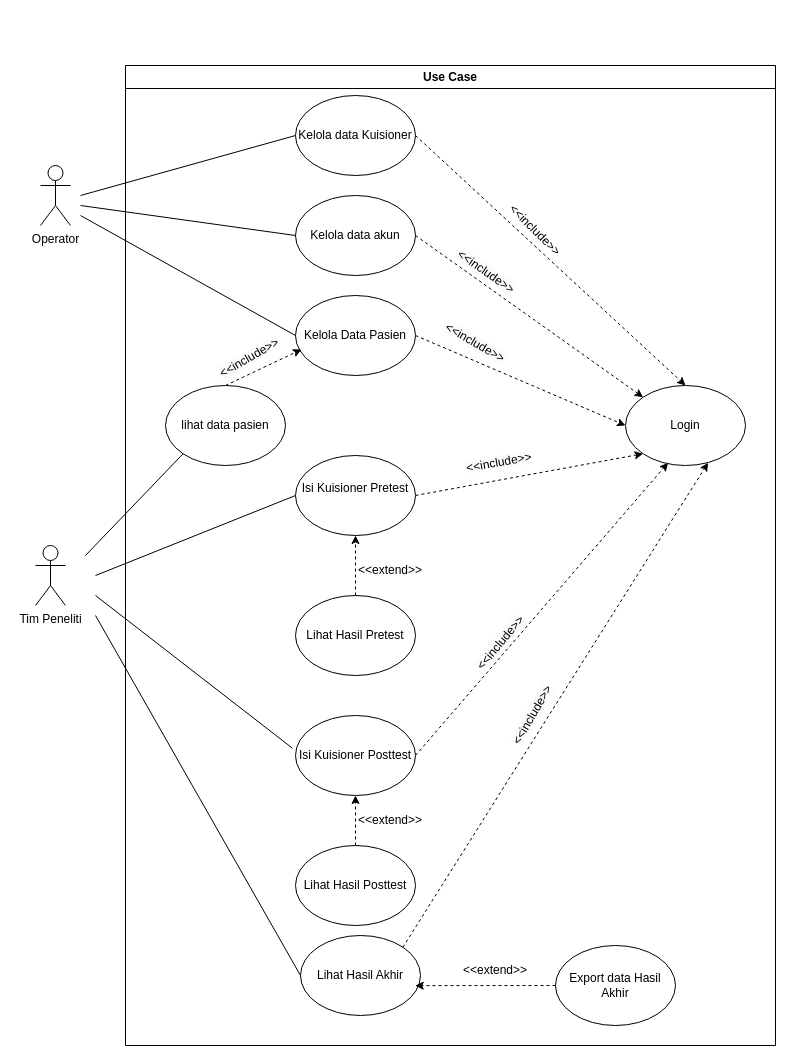
Before: use_case_tugas_akhir.drawio in zzarr/Tugas-Akhir, a draw.io diagram. Source tidied: cells renumbered, new cells numbered last; positions are measured from the earlier drawing's top-left corner, leaving out a move shared by most shapes. Both pictures are drawn from the tidied source at 100%, with x=0, y=0 at pixel (35, 65).
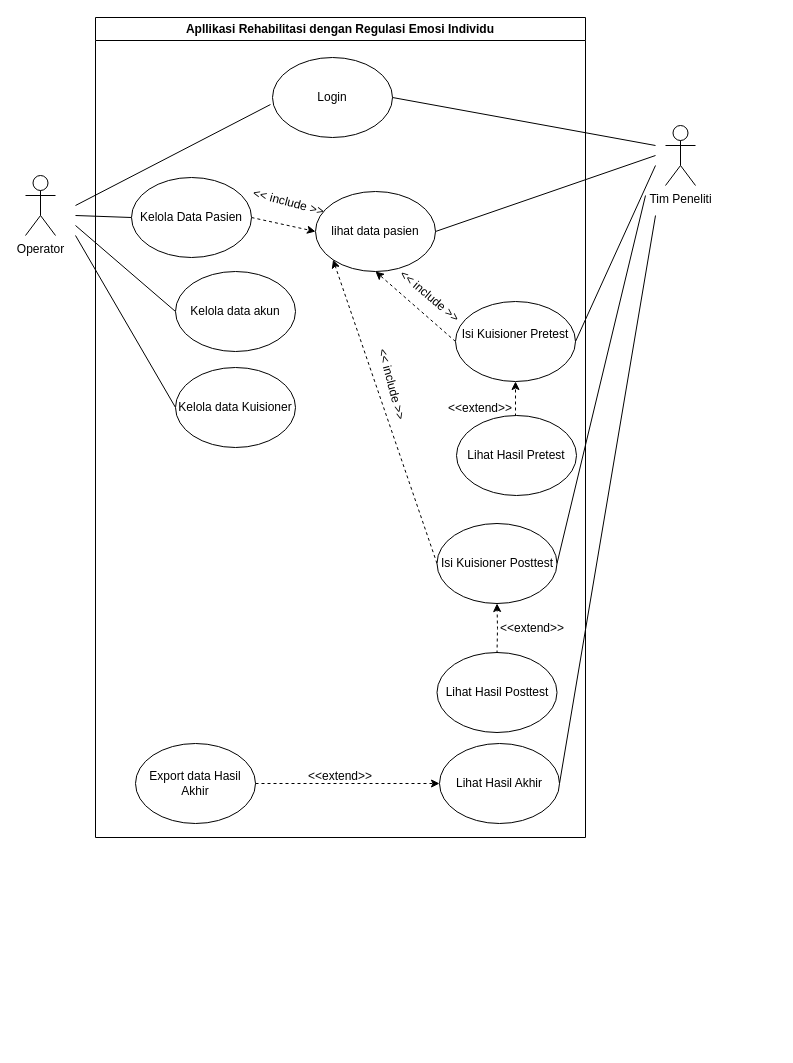
After the change.

Diff of the diagram source:
```diff
@@
     <mxCell id="2" value="Operator&lt;div&gt;&lt;br&gt;&lt;/div&gt;" style="shape=umlActor;verticalLabelPosition=bottom;verticalAlign=top;html=1;" parent="1" vertex="1">
-      <mxGeometry x="5" y="100" width="30" height="60" as="geometry" />
+      <mxGeometry x="-10" y="110" width="30" height="60" as="geometry" />
     </mxCell>
-    <mxCell id="3" value="Kelola data Kuisioner" style="ellipse;whiteSpace=wrap;html=1;" parent="1" vertex="1">
-      <mxGeometry x="260" y="30" width="120" height="80" as="geometry" />
-    </mxCell>
-    <mxCell id="4" value="Kelola data akun" style="ellipse;whiteSpace=wrap;html=1;" parent="1" vertex="1">
-      <mxGeometry x="260" y="130" width="120" height="80" as="geometry" />
-    </mxCell>
-    <mxCell id="5" style="rounded=0;jettySize=auto;html=1;exitX=1;exitY=0.5;exitDx=0;exitDy=0;entryX=0;entryY=0.5;entryDx=0;entryDy=0;dashed=1;" parent="1" edge="1" source="6" target="24">
-      <mxGeometry relative="1" as="geometry" />
-    </mxCell>
-    <mxCell id="6" value="Kelola Data Pasien" style="ellipse;whiteSpace=wrap;html=1;" parent="1" vertex="1">
-      <mxGeometry x="260" y="230" width="120" height="80" as="geometry" />
-    </mxCell>
-    <mxCell id="7" style="endArrow=none;html=1;rounded=0;entryX=0;entryY=0.5;entryDx=0;entryDy=0;" parent="1" edge="1" target="3">
+    <mxCell id="7" style="endArrow=none;html=1;rounded=0;entryX=0;entryY=0.5;entryDx=0;entryDy=0;" parent="1" edge="1" target="6">
       <mxGeometry relative="1" as="geometry">
-        <mxPoint x="45" y="130" as="sourcePoint" />
+        <mxPoint x="40" y="150" as="sourcePoint" />
       </mxGeometry>
     </mxCell>
     <mxCell id="8" style="endArrow=none;html=1;rounded=0;entryX=0;entryY=0.5;entryDx=0;entryDy=0;" parent="1" edge="1" target="4">
       <mxGeometry relative="1" as="geometry">
-        <mxPoint x="45" y="140" as="sourcePoint" />
+        <mxPoint x="40" y="160" as="sourcePoint" />
       </mxGeometry>
     </mxCell>
-    <mxCell id="9" style="endArrow=none;html=1;rounded=0;entryX=0;entryY=0.5;entryDx=0;entryDy=0;" parent="1" edge="1" target="6">
+    <mxCell id="9" style="endArrow=none;html=1;rounded=0;entryX=0;entryY=0.5;entryDx=0;entryDy=0;" parent="1" edge="1" target="3">
       <mxGeometry relative="1" as="geometry">
-        <mxPoint x="45" y="150" as="sourcePoint" />
+        <mxPoint x="40" y="170" as="sourcePoint" />
       </mxGeometry>
     </mxCell>
     <mxCell id="10" value="Tim Peneliti&lt;div&gt;&lt;br&gt;&lt;/div&gt;" style="shape=umlActor;verticalLabelPosition=bottom;verticalAlign=top;html=1;" parent="1" vertex="1">
-      <mxGeometry y="480" width="30" height="60" as="geometry" />
+      <mxGeometry x="630" y="60" width="30" height="60" as="geometry" />
     </mxCell>
-    <mxCell id="11" style="rounded=0;jettySize=auto;html=1;exitX=1;exitY=0.5;exitDx=0;exitDy=0;entryX=0;entryY=1;entryDx=0;entryDy=0;dashed=1;" parent="1" edge="1" source="12" target="24">
-      <mxGeometry relative="1" as="geometry" />
-    </mxCell>
-    <mxCell id="12" value="&#10;Isi Kuisioner Pretest&#10;&#10;" style="ellipse;whiteSpace=wrap;html=1;" parent="1" vertex="1">
-      <mxGeometry x="260" y="390" width="120" height="80" as="geometry" />
-    </mxCell>
-    <mxCell id="13" style="rounded=0;jettySize=auto;html=1;exitX=1;exitY=0.5;exitDx=0;exitDy=0;dashed=1;entryX=0.355;entryY=0.966;entryDx=0;entryDy=0;entryPerimeter=0;" parent="1" edge="1" source="14" target="24">
-      <mxGeometry relative="1" as="geometry" />
-    </mxCell>
-    <mxCell id="14" value="Isi Kuisioner Posttest" style="ellipse;whiteSpace=wrap;html=1;" parent="1" vertex="1">
-      <mxGeometry x="260" y="650" width="120" height="80" as="geometry" />
-    </mxCell>
-    <mxCell id="15" style="endArrow=none;html=1;rounded=0;entryX=0;entryY=0.5;entryDx=0;entryDy=0;" parent="1" edge="1" target="12">
-      <mxGeometry relative="1" as="geometry">
-        <mxPoint x="60" y="510" as="sourcePoint" />
-      </mxGeometry>
-    </mxCell>
-    <mxCell id="16" style="endArrow=none;html=1;rounded=0;entryX=-0.027;entryY=0.407;entryDx=0;entryDy=0;entryPerimeter=0;" parent="1" edge="1" target="14">
-      <mxGeometry relative="1" as="geometry">
-        <mxPoint x="60" y="530" as="sourcePoint" />
-      </mxGeometry>
-    </mxCell>
-    <mxCell id="17" style="edgeStyle=orthogonalEdgeStyle;rounded=0;jettySize=auto;html=1;exitX=0.5;exitY=0;exitDx=0;exitDy=0;entryX=0.5;entryY=1;entryDx=0;entryDy=0;dashed=1;" parent="1" edge="1" source="18" target="12">
-      <mxGeometry relative="1" as="geometry" />
-    </mxCell>
-    <mxCell id="18" value="Lihat Hasil Pretest" style="ellipse;whiteSpace=wrap;html=1;" parent="1" vertex="1">
-      <mxGeometry x="260" y="530" width="120" height="80" as="geometry" />
-    </mxCell>
-    <mxCell id="19" style="edgeStyle=orthogonalEdgeStyle;rounded=0;jettySize=auto;html=1;exitX=0.5;exitY=0;exitDx=0;exitDy=0;entryX=0.5;entryY=1;entryDx=0;entryDy=0;dashed=1;" parent="1" edge="1" source="20" target="14">
-      <mxGeometry relative="1" as="geometry" />
-    </mxCell>
-    <mxCell id="20" value="Lihat Hasil Posttest" style="ellipse;whiteSpace=wrap;html=1;" parent="1" vertex="1">
-      <mxGeometry x="260" y="780" width="120" height="80" as="geometry" />
-    </mxCell>
-    <mxCell id="21" value="&amp;lt;&amp;lt;extend&amp;gt;&amp;gt;" style="text;html=1;align=center;verticalAlign=middle;whiteSpace=wrap;rounded=0;" parent="1" vertex="1">
-      <mxGeometry x="325" y="490" width="60" height="30" as="geometry" />
-    </mxCell>
-    <mxCell id="22" value="&amp;lt;&amp;lt;extend&amp;gt;&amp;gt;" style="text;html=1;align=center;verticalAlign=middle;whiteSpace=wrap;rounded=0;" parent="1" vertex="1">
-      <mxGeometry x="325" y="740" width="60" height="30" as="geometry" />
-    </mxCell>
-    <mxCell id="23" value="Lihat Hasil Akhir" style="ellipse;whiteSpace=wrap;html=1;" parent="1" vertex="1">
-      <mxGeometry x="265" y="870" width="120" height="80" as="geometry" />
-    </mxCell>
-    <mxCell id="24" value="Login" style="ellipse;whiteSpace=wrap;html=1;" parent="1" vertex="1">
-      <mxGeometry x="590" y="320" width="120" height="80" as="geometry" />
-    </mxCell>
-    <mxCell id="25" value="&lt;span style=&quot;color: rgb(0, 0, 0); font-family: Helvetica; font-size: 12px; font-style: normal; font-variant-ligatures: normal; font-variant-caps: normal; font-weight: 400; letter-spacing: normal; orphans: 2; text-align: center; text-indent: 0px; text-transform: none; widows: 2; word-spacing: 0px; -webkit-text-stroke-width: 0px; white-space: normal; background-color: rgb(251, 251, 251); text-decoration-thickness: initial; text-decoration-style: initial; text-decoration-color: initial; display: inline !important; float: none;&quot;&gt;&amp;lt;&amp;lt;include&amp;gt;&amp;gt;&lt;/span&gt;" style="text;whiteSpace=wrap;html=1;rotation=30;" parent="1" vertex="1">
-      <mxGeometry x="400" y="270" width="100" height="40" as="geometry" />
-    </mxCell>
-    <mxCell id="26" value="Use Case" style="swimlane;whiteSpace=wrap;html=1;" parent="1" vertex="1">
-      <mxGeometry x="90" width="650" height="980" as="geometry" />
+    <mxCell id="26" value="Apllikasi Rehabilitasi dengan Regulasi Emosi Individu" style="swimlane;whiteSpace=wrap;html=1;" parent="1" vertex="1">
+      <mxGeometry x="60" y="-48" width="490" height="820" as="geometry" />
     </mxCell>
     <mxCell id="27" value="Export data Hasil Akhir" style="ellipse;whiteSpace=wrap;html=1;" parent="26" vertex="1">
-      <mxGeometry x="430" y="880" width="120" height="80" as="geometry" />
+      <mxGeometry x="40" y="726" width="120" height="80" as="geometry" />
     </mxCell>
     <mxCell id="28" value="&amp;lt;&amp;lt;extend&amp;gt;&amp;gt;" style="text;html=1;align=center;verticalAlign=middle;whiteSpace=wrap;rounded=0;" parent="26" vertex="1">
-      <mxGeometry x="340" y="890" width="60" height="30" as="geometry" />
+      <mxGeometry x="215" y="744" width="60" height="30" as="geometry" />
     </mxCell>
-    <mxCell id="29" value="&lt;span style=&quot;color: rgb(0, 0, 0); font-family: Helvetica; font-size: 12px; font-style: normal; font-variant-ligatures: normal; font-variant-caps: normal; font-weight: 400; letter-spacing: normal; orphans: 2; text-align: center; text-indent: 0px; text-transform: none; widows: 2; word-spacing: 0px; -webkit-text-stroke-width: 0px; white-space: normal; background-color: rgb(251, 251, 251); text-decoration-thickness: initial; text-decoration-style: initial; text-decoration-color: initial; display: inline !important; float: none;&quot;&gt;&amp;lt;&amp;lt;include&amp;gt;&amp;gt;&lt;/span&gt;" style="text;whiteSpace=wrap;html=1;rotation=-60;" parent="26" vertex="1">
-      <mxGeometry x="370" y="620" width="100" height="40" as="geometry" />
-    </mxCell>
-    <mxCell id="30" value="&lt;span style=&quot;color: rgb(0, 0, 0); font-family: Helvetica; font-size: 12px; font-style: normal; font-variant-ligatures: normal; font-variant-caps: normal; font-weight: 400; letter-spacing: normal; orphans: 2; text-align: center; text-indent: 0px; text-transform: none; widows: 2; word-spacing: 0px; -webkit-text-stroke-width: 0px; white-space: normal; background-color: rgb(251, 251, 251); text-decoration-thickness: initial; text-decoration-style: initial; text-decoration-color: initial; display: inline !important; float: none;&quot;&gt;&amp;lt;&amp;lt;include&amp;gt;&amp;gt;&lt;/span&gt;" style="text;whiteSpace=wrap;html=1;rotation=-50;" parent="26" vertex="1">
-      <mxGeometry x="340" y="550" width="100" height="40" as="geometry" />
-    </mxCell>
-    <mxCell id="31" value="&lt;span style=&quot;color: rgb(0, 0, 0); font-family: Helvetica; font-size: 12px; font-style: normal; font-variant-ligatures: normal; font-variant-caps: normal; font-weight: 400; letter-spacing: normal; orphans: 2; text-align: center; text-indent: 0px; text-transform: none; widows: 2; word-spacing: 0px; -webkit-text-stroke-width: 0px; white-space: normal; background-color: rgb(251, 251, 251); text-decoration-thickness: initial; text-decoration-style: initial; text-decoration-color: initial; display: inline !important; float: none;&quot;&gt;&amp;lt;&amp;lt;include&amp;gt;&amp;gt;&lt;/span&gt;" style="text;whiteSpace=wrap;html=1;rotation=-10;" parent="26" vertex="1">
-      <mxGeometry x="340" y="380" width="100" height="40" as="geometry" />
-    </mxCell>
-    <mxCell id="32" value="&amp;lt;&amp;lt;include&amp;gt;&amp;gt;" style="text;html=1;align=center;verticalAlign=middle;whiteSpace=wrap;rounded=0;rotation=45;" parent="26" vertex="1">
-      <mxGeometry x="380" y="150" width="60" height="30" as="geometry" />
-    </mxCell>
-    <mxCell id="33" value="&lt;span style=&quot;color: rgb(0, 0, 0); font-family: Helvetica; font-size: 12px; font-style: normal; font-variant-ligatures: normal; font-variant-caps: normal; font-weight: 400; letter-spacing: normal; orphans: 2; text-align: center; text-indent: 0px; text-transform: none; widows: 2; word-spacing: 0px; -webkit-text-stroke-width: 0px; white-space: normal; background-color: rgb(251, 251, 251); text-decoration-thickness: initial; text-decoration-style: initial; text-decoration-color: initial; display: inline !important; float: none;&quot;&gt;&amp;lt;&amp;lt;include&amp;gt;&amp;gt;&lt;/span&gt;" style="text;whiteSpace=wrap;html=1;rotation=35;" parent="26" vertex="1">
-      <mxGeometry x="320" y="200" width="100" height="40" as="geometry" />
-    </mxCell>
     <mxCell id="34" value="lihat data pasien" style="ellipse;whiteSpace=wrap;html=1;" parent="26" vertex="1">
-      <mxGeometry x="40" y="320" width="120" height="80" as="geometry" />
+      <mxGeometry x="220" y="174" width="120" height="80" as="geometry" />
     </mxCell>
-    <mxCell id="35" value="&lt;span style=&quot;color: rgb(0, 0, 0); font-family: Helvetica; font-size: 12px; font-style: normal; font-variant-ligatures: normal; font-variant-caps: normal; font-weight: 400; letter-spacing: normal; orphans: 2; text-align: center; text-indent: 0px; text-transform: none; widows: 2; word-spacing: 0px; -webkit-text-stroke-width: 0px; white-space: normal; background-color: rgb(251, 251, 251); text-decoration-thickness: initial; text-decoration-style: initial; text-decoration-color: initial; display: inline !important; float: none;&quot;&gt;&amp;lt;&amp;lt;include&amp;gt;&amp;gt;&lt;/span&gt;" style="text;whiteSpace=wrap;html=1;rotation=-30;" parent="26" vertex="1">
-      <mxGeometry x="90" y="270" width="100" height="40" as="geometry" />
-    </mxCell>
-    <mxCell id="36" style="endArrow=none;html=1;rounded=0;entryX=0;entryY=0.5;entryDx=0;entryDy=0;" parent="1" edge="1" target="23">
-      <mxGeometry relative="1" as="geometry">
-        <mxPoint x="60" y="550" as="sourcePoint" />
-      </mxGeometry>
-    </mxCell>
+    <mxCell id="43" style="rounded=0;jettySize=auto;html=1;exitX=1;exitY=0.5;exitDx=0;exitDy=0;entryX=0;entryY=0.5;entryDx=0;entryDy=0;dashed=1;" parent="26" edge="1" source="6" target="34">
+      <mxGeometry relative="1" as="geometry" />
+    </mxCell>
+    <mxCell id="6" value="Kelola Data Pasien" style="ellipse;whiteSpace=wrap;html=1;" parent="26" vertex="1">
+      <mxGeometry x="36" y="160" width="120" height="80" as="geometry" />
+    </mxCell>
+    <mxCell id="24" value="Login" style="ellipse;whiteSpace=wrap;html=1;" parent="26" vertex="1">
+      <mxGeometry x="177" y="40" width="120" height="80" as="geometry" />
+    </mxCell>
+    <mxCell id="44" style="rounded=0;jettySize=auto;html=1;exitX=0;exitY=0.5;exitDx=0;exitDy=0;entryX=0.5;entryY=1;entryDx=0;entryDy=0;dashed=1;" parent="26" edge="1" source="12" target="34">
+      <mxGeometry relative="1" as="geometry" />
+    </mxCell>
+    <mxCell id="12" value="&#10;Isi Kuisioner Pretest&#10;&#10;" style="ellipse;whiteSpace=wrap;html=1;" parent="26" vertex="1">
+      <mxGeometry x="360" y="284" width="120" height="80" as="geometry" />
+    </mxCell>
+    <mxCell id="17" style="edgeStyle=orthogonalEdgeStyle;rounded=0;jettySize=auto;html=1;exitX=0.5;exitY=0;exitDx=0;exitDy=0;entryX=0.5;entryY=1;entryDx=0;entryDy=0;dashed=1;" parent="26" edge="1" source="18" target="12">
+      <mxGeometry relative="1" as="geometry" />
+    </mxCell>
+    <mxCell id="18" value="Lihat Hasil Pretest" style="ellipse;whiteSpace=wrap;html=1;" parent="26" vertex="1">
+      <mxGeometry x="361" y="398" width="120" height="80" as="geometry" />
+    </mxCell>
+    <mxCell id="21" value="&amp;lt;&amp;lt;extend&amp;gt;&amp;gt;" style="text;html=1;align=center;verticalAlign=middle;whiteSpace=wrap;rounded=0;" parent="26" vertex="1">
+      <mxGeometry x="355" y="376" width="60" height="30" as="geometry" />
+    </mxCell>
+    <mxCell id="45" style="rounded=0;jettySize=auto;html=1;exitX=0;exitY=0.5;exitDx=0;exitDy=0;entryX=0;entryY=1;entryDx=0;entryDy=0;dashed=1;" parent="26" edge="1" source="14" target="34">
+      <mxGeometry relative="1" as="geometry" />
+    </mxCell>
+    <mxCell id="14" value="Isi Kuisioner Posttest" style="ellipse;whiteSpace=wrap;html=1;" parent="26" vertex="1">
+      <mxGeometry x="341.5" y="506" width="120" height="80" as="geometry" />
+    </mxCell>
+    <mxCell id="19" style="edgeStyle=orthogonalEdgeStyle;rounded=0;jettySize=auto;html=1;exitX=0.5;exitY=0;exitDx=0;exitDy=0;entryX=0.5;entryY=1;entryDx=0;entryDy=0;dashed=1;" parent="26" edge="1" target="14">
+      <mxGeometry relative="1" as="geometry">
+        <mxPoint x="401.5" y="636" as="sourcePoint" />
+      </mxGeometry>
+    </mxCell>
+    <mxCell id="20" value="Lihat Hasil Posttest" style="ellipse;whiteSpace=wrap;html=1;" parent="26" vertex="1">
+      <mxGeometry x="341.5" y="635" width="120" height="80" as="geometry" />
+    </mxCell>
+    <mxCell id="22" value="&amp;lt;&amp;lt;extend&amp;gt;&amp;gt;" style="text;html=1;align=center;verticalAlign=middle;whiteSpace=wrap;rounded=0;" parent="26" vertex="1">
+      <mxGeometry x="406.5" y="596" width="60" height="30" as="geometry" />
+    </mxCell>
+    <mxCell id="3" value="Kelola data Kuisioner" style="ellipse;whiteSpace=wrap;html=1;" parent="26" vertex="1">
+      <mxGeometry x="80" y="350" width="120" height="80" as="geometry" />
+    </mxCell>
+    <mxCell id="4" value="Kelola data akun" style="ellipse;whiteSpace=wrap;html=1;" parent="26" vertex="1">
+      <mxGeometry x="80" y="254" width="120" height="80" as="geometry" />
+    </mxCell>
+    <mxCell id="46" value="&amp;lt;&amp;lt; include &amp;gt;&amp;gt;" style="text;html=1;align=center;verticalAlign=middle;whiteSpace=wrap;rounded=0;rotation=15;" parent="26" vertex="1">
+      <mxGeometry x="156" y="170" width="75" height="30" as="geometry" />
+    </mxCell>
+    <mxCell id="23" value="Lihat Hasil Akhir" style="ellipse;whiteSpace=wrap;html=1;" parent="26" vertex="1">
+      <mxGeometry x="344" y="726" width="120" height="80" as="geometry" />
+    </mxCell>
-    <mxCell id="37" style="rounded=0;jettySize=auto;html=1;exitX=0;exitY=0.5;exitDx=0;exitDy=0;entryX=0.956;entryY=0.627;entryDx=0;entryDy=0;entryPerimeter=0;dashed=1;" parent="1" edge="1" source="27" target="23">
+    <mxCell id="37" style="rounded=0;jettySize=auto;html=1;exitX=1;exitY=0.5;exitDx=0;exitDy=0;entryX=0;entryY=0.5;entryDx=0;entryDy=0;dashed=1;" parent="26" edge="1" source="27" target="23">
       <mxGeometry relative="1" as="geometry" />
     </mxCell>
-    <mxCell id="38" style="rounded=0;jettySize=auto;html=1;exitX=1;exitY=0.5;exitDx=0;exitDy=0;entryX=0.5;entryY=0;entryDx=0;entryDy=0;dashed=1;" parent="1" edge="1" source="3" target="24">
-      <mxGeometry relative="1" as="geometry" />
-    </mxCell>
-    <mxCell id="39" style="rounded=0;jettySize=auto;html=1;exitX=1;exitY=0.5;exitDx=0;exitDy=0;dashed=1;entryX=0;entryY=0;entryDx=0;entryDy=0;" parent="1" edge="1" source="4" target="24">
-      <mxGeometry relative="1" as="geometry" />
-    </mxCell>
-    <mxCell id="40" style="rounded=0;jettySize=auto;html=1;exitX=1;exitY=0;exitDx=0;exitDy=0;dashed=1;entryX=0.688;entryY=0.966;entryDx=0;entryDy=0;entryPerimeter=0;" parent="1" edge="1" source="23" target="24">
-      <mxGeometry relative="1" as="geometry" />
-    </mxCell>
-    <mxCell id="41" style="rounded=0;jettySize=auto;html=1;exitX=0.5;exitY=0;exitDx=0;exitDy=0;entryX=0.05;entryY=0.675;entryDx=0;entryDy=0;entryPerimeter=0;dashed=1;" parent="1" edge="1" source="34" target="6">
-      <mxGeometry relative="1" as="geometry" />
-    </mxCell>
-    <mxCell id="42" style="endArrow=none;html=1;rounded=0;entryX=0;entryY=1;entryDx=0;entryDy=0;" parent="1" edge="1" target="34">
-      <mxGeometry relative="1" as="geometry">
-        <mxPoint x="50" y="490" as="sourcePoint" />
-      </mxGeometry>
-    </mxCell>
+    <mxCell id="47" value="&amp;lt;&amp;lt; include &amp;gt;&amp;gt;" style="text;html=1;align=center;verticalAlign=middle;whiteSpace=wrap;rounded=0;rotation=40;" parent="26" vertex="1">
+      <mxGeometry x="297" y="264" width="75" height="30" as="geometry" />
+    </mxCell>
+    <mxCell id="48" value="&amp;lt;&amp;lt; include &amp;gt;&amp;gt;" style="text;html=1;align=center;verticalAlign=middle;whiteSpace=wrap;rounded=0;rotation=75;" parent="26" vertex="1">
+      <mxGeometry x="259" y="352" width="75" height="30" as="geometry" />
+    </mxCell>
+    <mxCell id="49" style="endArrow=none;html=1;rounded=0;entryX=1;entryY=0.5;entryDx=0;entryDy=0;" parent="1" edge="1" target="12">
+      <mxGeometry relative="1" as="geometry">
+        <mxPoint x="620" y="100" as="sourcePoint" />
+      </mxGeometry>
+    </mxCell>
+    <mxCell id="50" style="endArrow=none;html=1;rounded=0;entryX=-0.017;entryY=0.588;entryDx=0;entryDy=0;entryPerimeter=0;" parent="1" edge="1" target="24">
+      <mxGeometry relative="1" as="geometry">
+        <mxPoint x="40" y="140" as="sourcePoint" />
+      </mxGeometry>
+    </mxCell>
+    <mxCell id="51" style="endArrow=none;html=1;rounded=0;entryX=1;entryY=0.5;entryDx=0;entryDy=0;" parent="1" edge="1" target="24">
+      <mxGeometry relative="1" as="geometry">
+        <mxPoint x="620" y="80" as="sourcePoint" />
+      </mxGeometry>
+    </mxCell>
+    <mxCell id="52" style="endArrow=none;html=1;rounded=0;entryX=1;entryY=0.5;entryDx=0;entryDy=0;" parent="1" edge="1" target="34">
+      <mxGeometry relative="1" as="geometry">
+        <mxPoint x="620" y="90" as="sourcePoint" />
+      </mxGeometry>
+    </mxCell>
+    <mxCell id="53" style="endArrow=none;html=1;rounded=0;entryX=1;entryY=0.5;entryDx=0;entryDy=0;" parent="1" edge="1" target="14">
+      <mxGeometry relative="1" as="geometry">
+        <mxPoint x="610" y="130" as="sourcePoint" />
+      </mxGeometry>
+    </mxCell>
+    <mxCell id="54" style="endArrow=none;html=1;rounded=0;entryX=1;entryY=0.5;entryDx=0;entryDy=0;" parent="1" edge="1" target="23">
+      <mxGeometry relative="1" as="geometry">
+        <mxPoint x="620" y="150" as="sourcePoint" />
+      </mxGeometry>
+    </mxCell>
```
